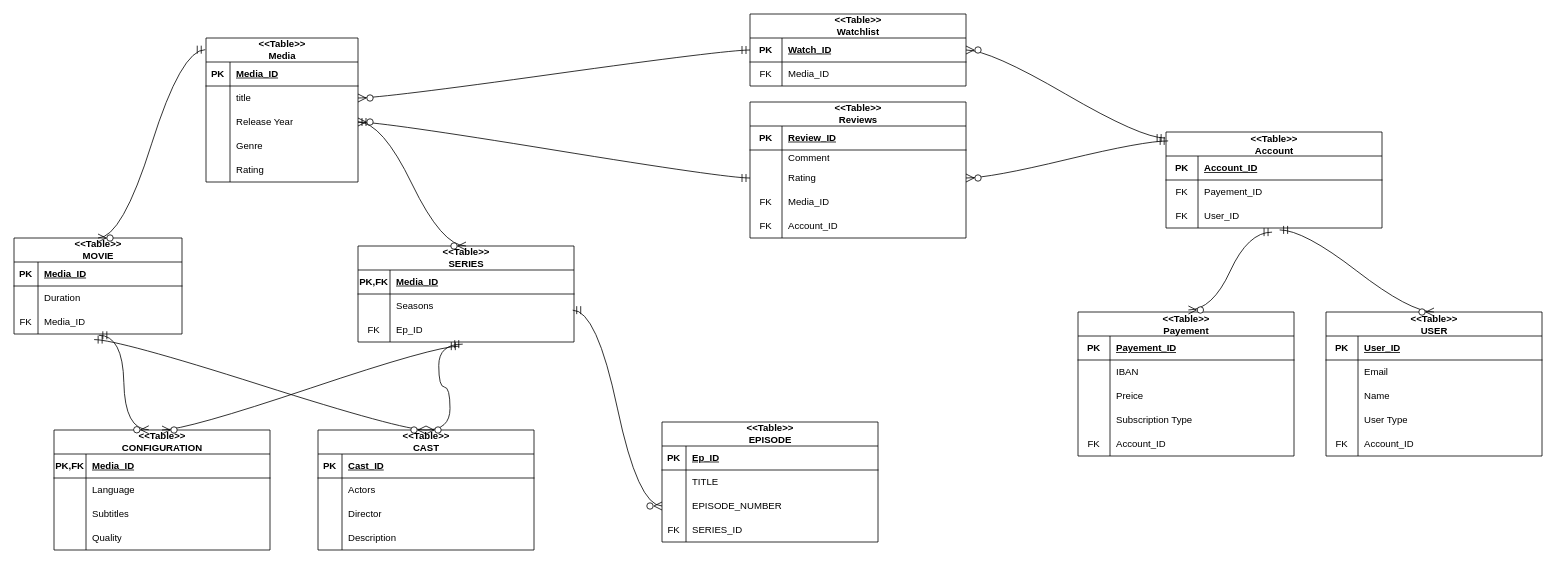
Before: draw_io/oo_inheritance.drawio in KevinGarrison/DataEngineeringProjects, a draw.io diagram. Source tidied: cells renumbered, new cells numbered last; positions are measured from the earlier drawing's top-left corner, leaving out a move shared by most shapes. Both pictures are drawn from the tidied source at 80%, with x=0, y=0 at pixel (-50, 14).
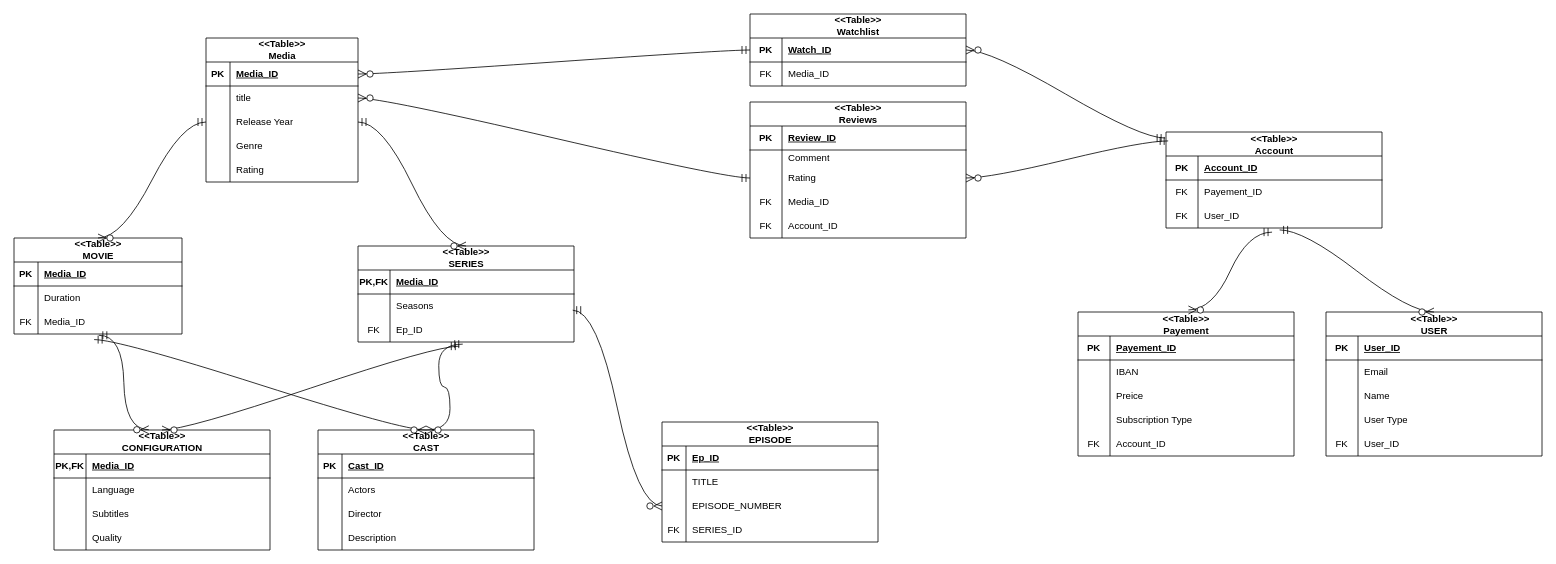
After the change.

The change refers to these unchanged cells:
```xml
<mxCell id="2" value="&amp;lt;&amp;lt;Table&amp;gt;&amp;gt;&lt;div&gt;Media&lt;/div&gt;" style="shape=table;startSize=30;childLayout=tableLayout;rowLines=0;fontStyle=1;align=center;html=1;" parent="1" vertex="1">
  <mxGeometry x="320" y="30" width="190" height="180" as="geometry" />
</mxCell>
<mxCell id="3" style="shape=tableRow;horizontal=0;startSize=0;swimlaneHead=0;swimlaneBody=0;fillColor=none;points=[[0,0.5],[1,0.5]];portConstraint=eastwest;top=0;left=0;right=0;bottom=1;" parent="2" vertex="1">
  <mxGeometry y="30" width="190" height="30" as="geometry" />
</mxCell>
<mxCell id="6" style="shape=tableRow;horizontal=0;startSize=0;swimlaneHead=0;swimlaneBody=0;fillColor=none;points=[[0,0.5],[1,0.5]];portConstraint=eastwest;top=0;left=0;right=0;bottom=0;" parent="2" vertex="1">
  <mxGeometry y="60" width="190" height="30" as="geometry" />
</mxCell>
<mxCell id="9" style="shape=tableRow;horizontal=0;startSize=0;swimlaneHead=0;swimlaneBody=0;fillColor=none;points=[[0,0.5],[1,0.5]];portConstraint=eastwest;top=0;left=0;right=0;bottom=0;" parent="2" vertex="1">
  <mxGeometry y="90" width="190" height="30" as="geometry" />
</mxCell>
<mxCell id="18" value="&amp;lt;&amp;lt;Table&amp;gt;&amp;gt;&lt;div&gt;MOVIE&lt;/div&gt;" style="shape=table;startSize=30;childLayout=tableLayout;rowLines=0;fontStyle=1;align=center;html=1;" parent="1" vertex="1">
  <mxGeometry x="80" y="280" width="210" height="120" as="geometry" />
</mxCell>
<mxCell id="84" style="shape=tableRow;horizontal=0;startSize=0;swimlaneHead=0;swimlaneBody=0;fillColor=none;points=[[0,0.5],[1,0.5]];portConstraint=eastwest;top=0;left=0;right=0;bottom=1;" parent="83" vertex="1">
  <mxGeometry y="30" width="270" height="30" as="geometry" />
</mxCell>
<mxCell id="129" style="shape=tableRow;horizontal=0;startSize=0;swimlaneHead=0;swimlaneBody=0;fillColor=none;top=0;left=0;right=0;bottom=0;" parent="116" vertex="1">
  <mxGeometry y="150" width="270" height="30" as="geometry" />
</mxCell>
<mxCell id="139" style="shape=tableRow;horizontal=0;startSize=0;swimlaneHead=0;swimlaneBody=0;fillColor=none;points=[[0,0.5],[1,0.5]];portConstraint=eastwest;top=0;left=0;right=0;bottom=0;" parent="132" vertex="1">
  <mxGeometry y="80" width="270" height="30" as="geometry" />
</mxCell>
```

Change to the diagram source:
```diff
@@
-    <mxCell id="51" style="edgeStyle=entityRelationEdgeStyle;fontSize=12;html=1;endArrow=ERzeroToMany;startArrow=ERmandOne;rounded=0;startSize=8;endSize=8;curved=1;exitX=-0.005;exitY=0.081;exitDx=0;exitDy=0;entryX=0.5;entryY=0;entryDx=0;entryDy=0;exitPerimeter=0;" parent="1" edge="1" source="2" target="18">
+    <mxCell id="51" style="edgeStyle=entityRelationEdgeStyle;fontSize=12;html=1;endArrow=ERzeroToMany;startArrow=ERmandOne;rounded=0;startSize=8;endSize=8;curved=1;exitX=0;exitY=0.5;exitDx=0;exitDy=0;entryX=0.5;entryY=0;entryDx=0;entryDy=0;" parent="1" edge="1" source="9" target="18">
       <mxGeometry relative="1" as="geometry">
         <Array as="points">
           <mxPoint x="355" y="535" />
           <mxPoint x="215" y="505" />
           <mxPoint x="170" y="555" />
           <mxPoint x="200" y="485" />
           <mxPoint x="235" y="495" />
           <mxPoint x="145" y="445" />
           <mxPoint x="125" y="415" />
           <mxPoint x="315" y="495" />
         </Array>
       </mxGeometry>
     </mxCell>
@@
-    <mxCell id="131" value="Account_ID" style="shape=partialRectangle;fillColor=none;top=0;left=0;bottom=0;right=0;align=left;spacingLeft=6;overflow=hidden;whiteSpace=wrap;html=1;" parent="129" vertex="1">
+    <mxCell id="131" value="User_ID" style="shape=partialRectangle;fillColor=none;top=0;left=0;bottom=0;right=0;align=left;spacingLeft=6;overflow=hidden;whiteSpace=wrap;html=1;" parent="129" vertex="1">
       <mxGeometry x="40" width="230" height="30" as="geometry" />
     </mxCell>
@@
-    <mxCell id="149" style="edgeStyle=entityRelationEdgeStyle;fontSize=12;html=1;endArrow=ERzeroToMany;startArrow=ERmandOne;rounded=0;startSize=8;endSize=8;curved=1;exitX=0;exitY=0.5;exitDx=0;exitDy=0;entryX=1;entryY=0.5;entryDx=0;entryDy=0;" parent="1" edge="1" source="84" target="6">
+    <mxCell id="149" style="edgeStyle=entityRelationEdgeStyle;fontSize=12;html=1;endArrow=ERzeroToMany;startArrow=ERmandOne;rounded=0;startSize=8;endSize=8;curved=1;exitX=0;exitY=0.5;exitDx=0;exitDy=0;entryX=1;entryY=0.5;entryDx=0;entryDy=0;" parent="1" edge="1" source="84" target="3">
       <mxGeometry relative="1" as="geometry">
         <Array as="points">
           <mxPoint x="1330" y="1023" />
           <mxPoint x="1047" y="883" />
           <mxPoint x="1030" y="893" />
         </Array>
       </mxGeometry>
     </mxCell>
-    <mxCell id="150" style="edgeStyle=entityRelationEdgeStyle;fontSize=12;html=1;endArrow=ERzeroToMany;startArrow=ERmandOne;rounded=0;startSize=8;endSize=8;curved=1;exitX=0;exitY=0.5;exitDx=0;exitDy=0;entryX=1;entryY=0.5;entryDx=0;entryDy=0;" parent="1" edge="1" source="139" target="9">
+    <mxCell id="150" style="edgeStyle=entityRelationEdgeStyle;fontSize=12;html=1;endArrow=ERzeroToMany;startArrow=ERmandOne;rounded=0;startSize=8;endSize=8;curved=1;exitX=0;exitY=0.5;exitDx=0;exitDy=0;entryX=1;entryY=0.5;entryDx=0;entryDy=0;" parent="1" edge="1" source="139" target="6">
       <mxGeometry relative="1" as="geometry">
         <Array as="points">
           <mxPoint x="1320" y="1108" />
           <mxPoint x="1037" y="968" />
           <mxPoint x="1020" y="978" />
         </Array>
       </mxGeometry>
     </mxCell>
```
